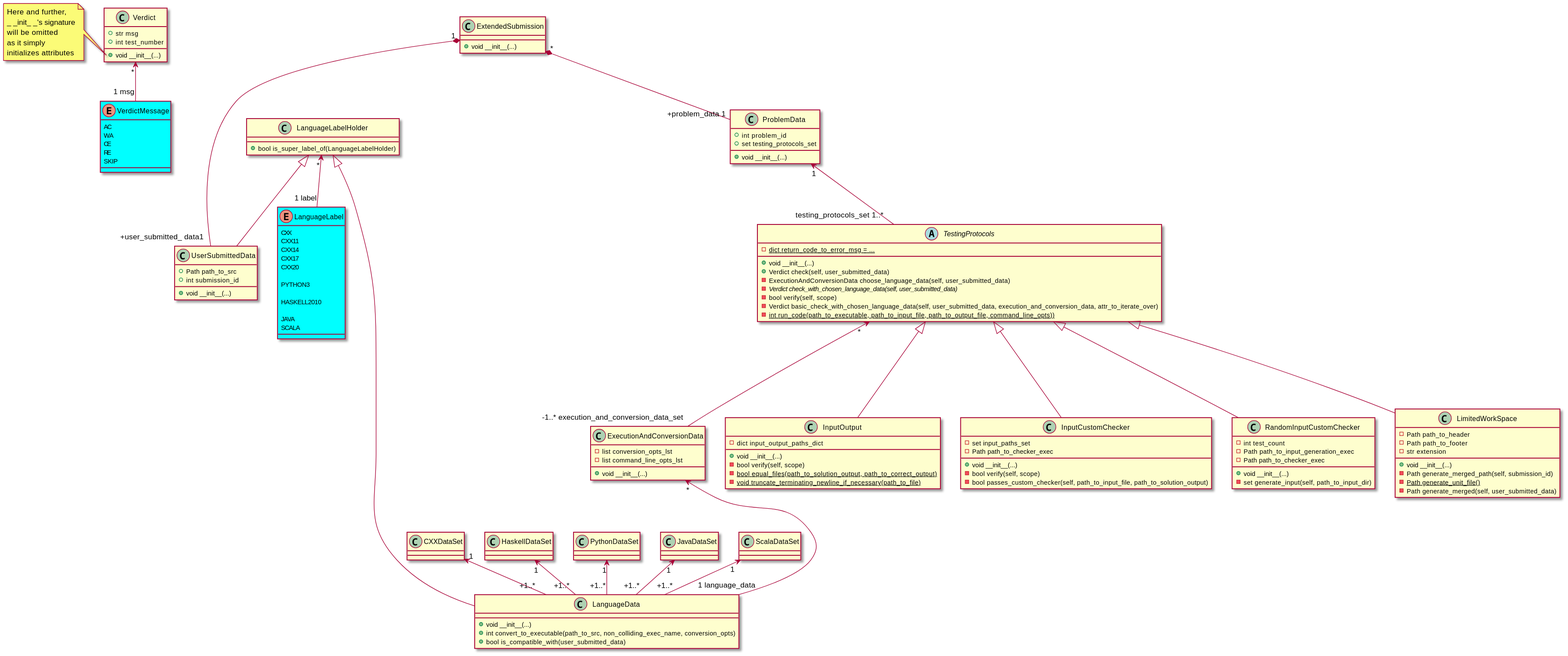
Earlier version of the PlantUML export TestingSystem/TestingProtocols/Class_TestingProtocols.svg (IgorZhiltsoff/TPy_project).
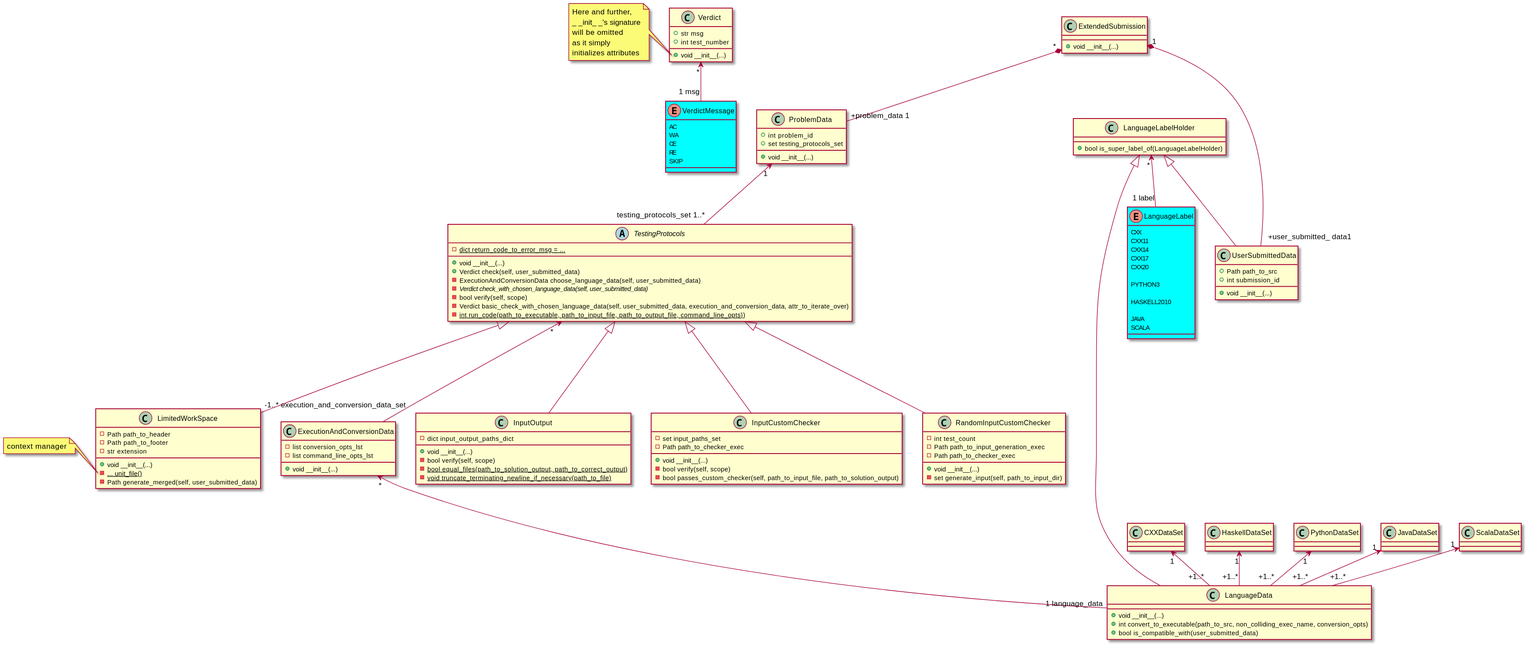
Later version of the same file.

The edit, as a diff of the source:
```diff
@@ -146,11 +146,12 @@
     -str extension
 
     +void __init__(...)
-    -Path generate_merged_path(self, submission_id)
-    -{static} Path generate_unit_file()
+    -{static} ... unit_file()
     -Path generate_merged(self, user_submitted_data)
 }
-
+note left of LimitedWorkSpace::unit_file
+context manager
+end note
 
 TestingProtocols <|--- InputCustomChecker
 TestingProtocols <|--- RandomInputCustomChecker
```
